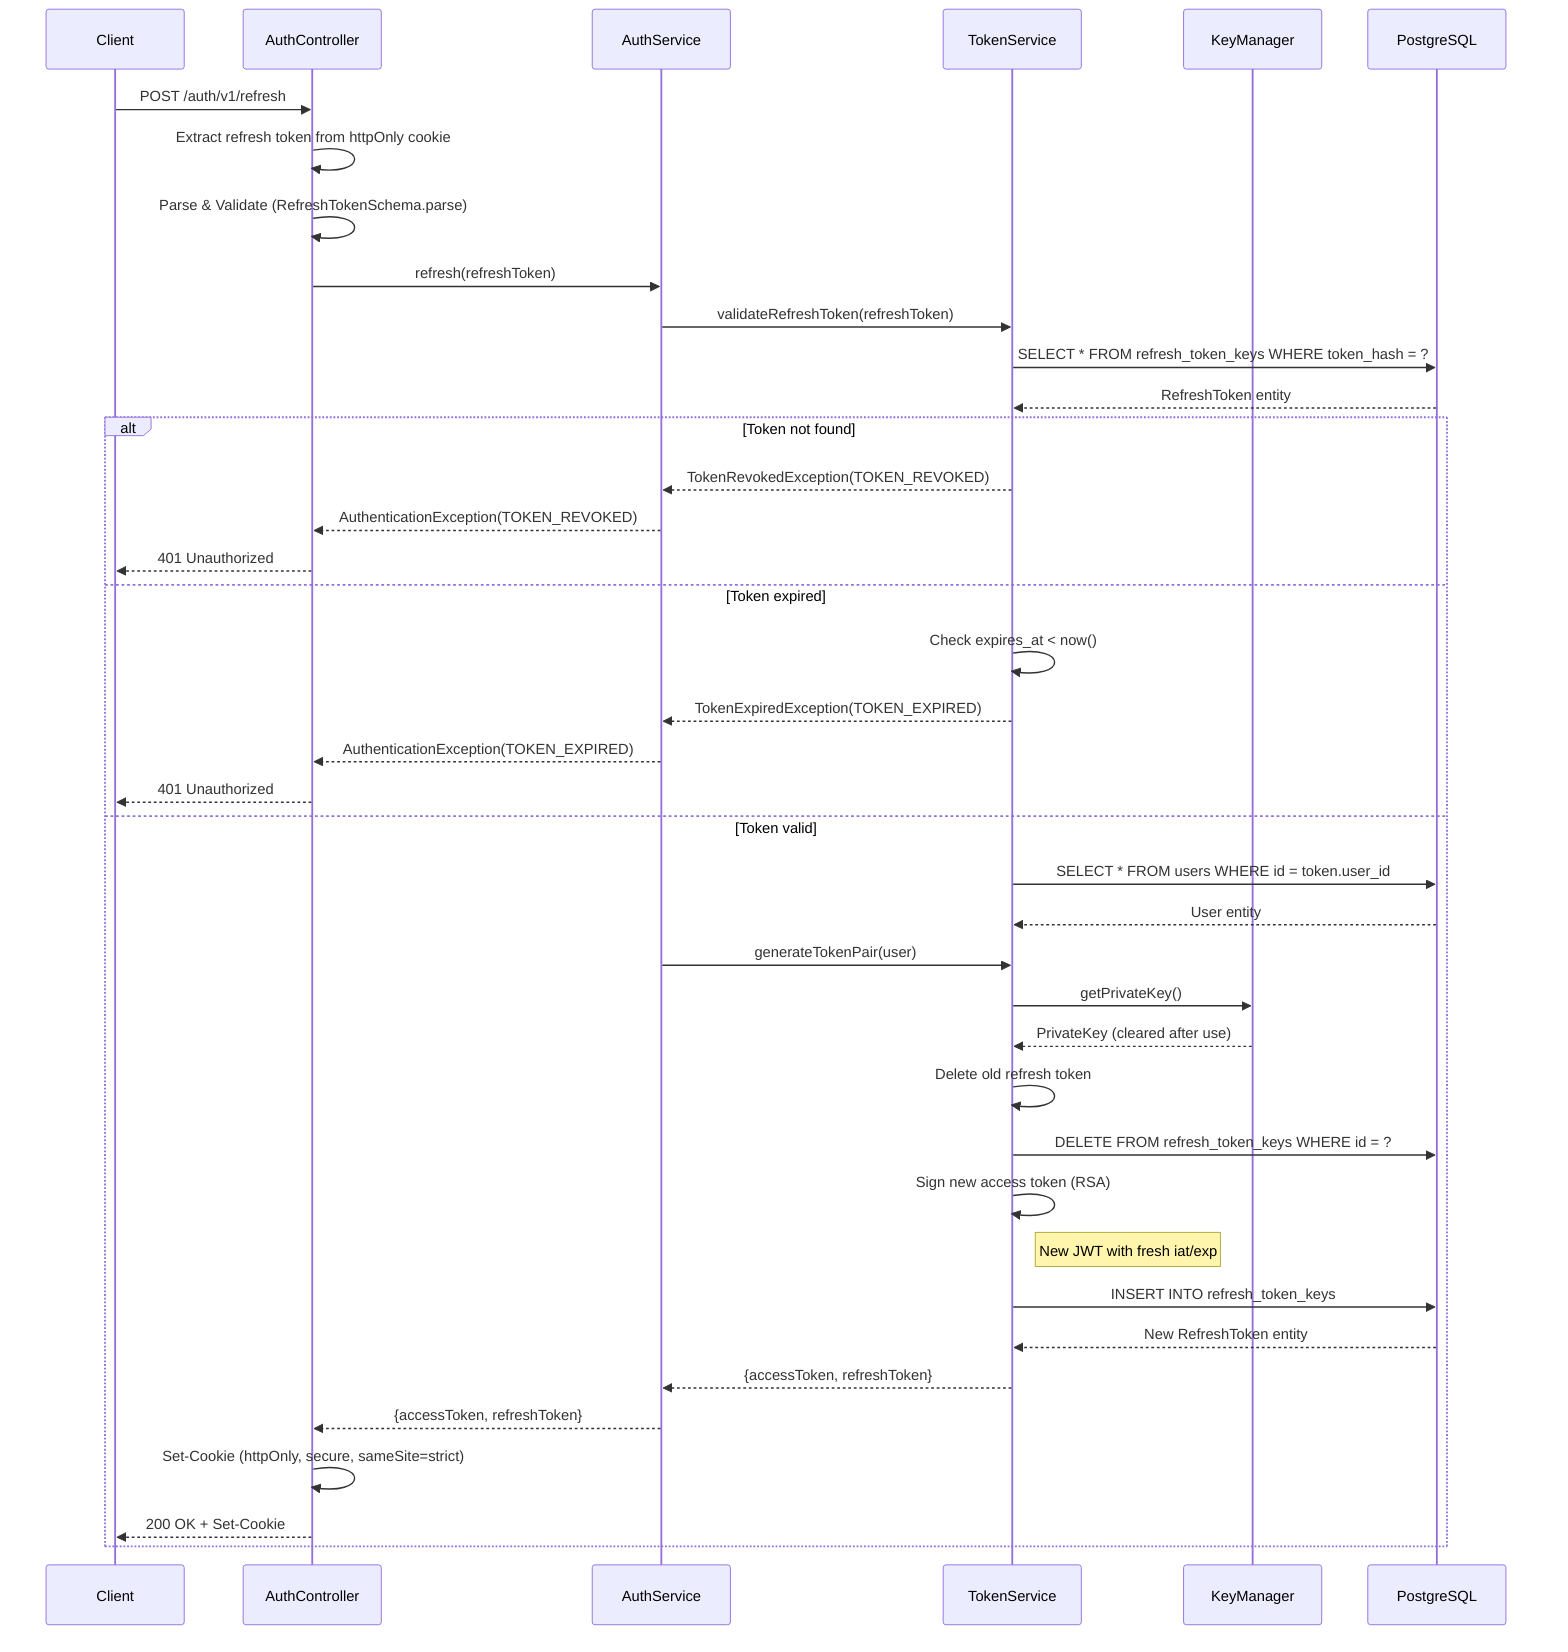
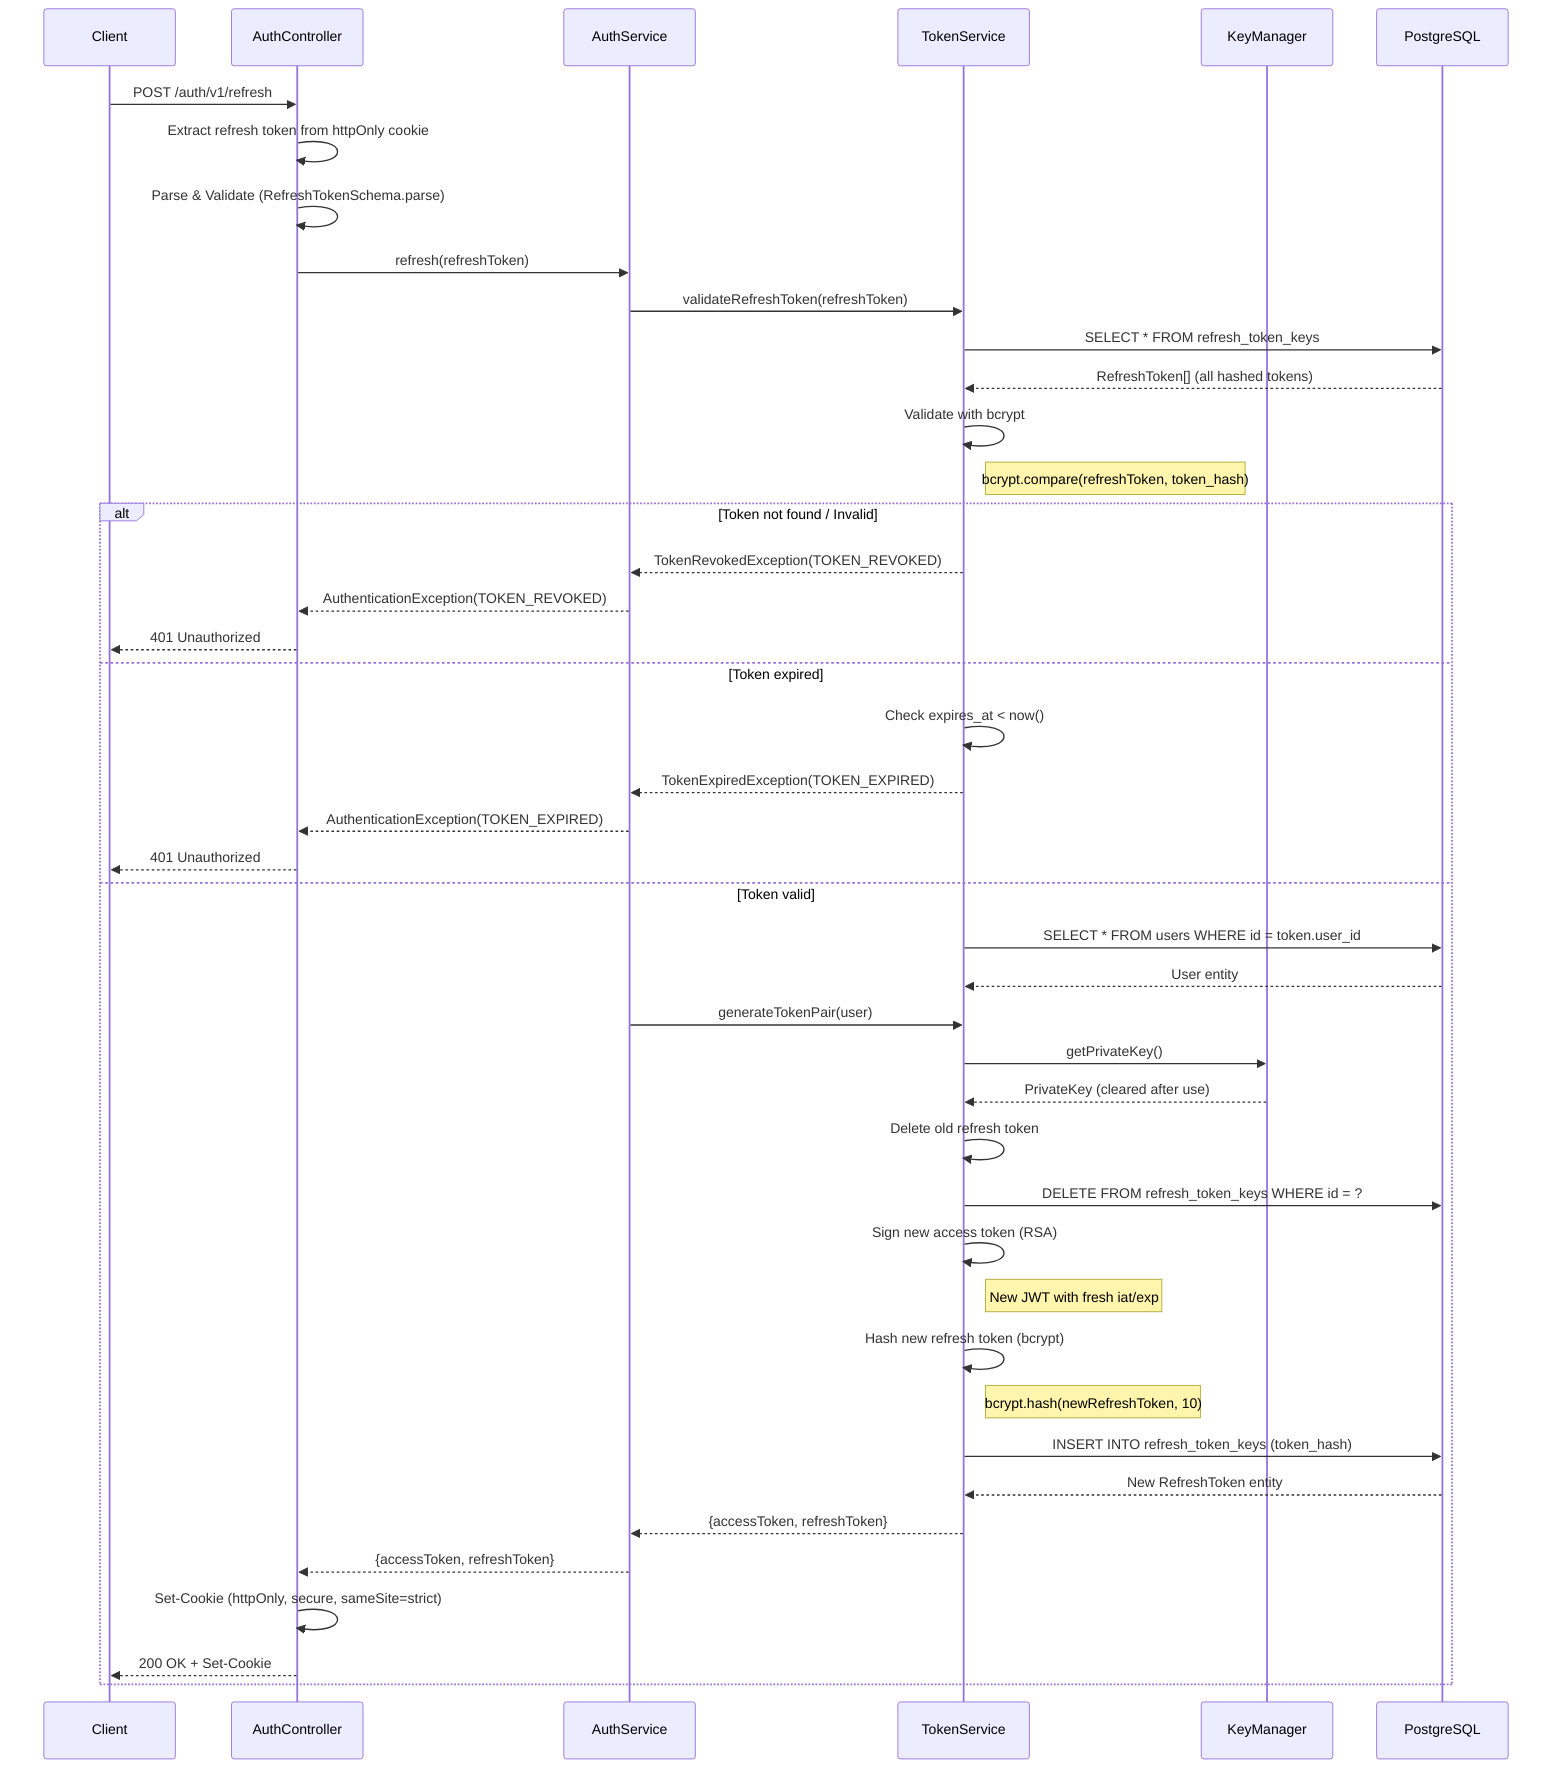
%% Token Refresh Sequence
%% Maps to: FR-3, FR-6, FR-7

sequenceDiagram
    participant Client
    participant AuthController
    participant AuthService
    participant TokenService
    participant KeyManager
    participant PostgreSQL

    Client->>AuthController: POST /auth/v1/refresh
    AuthController->>AuthController: Extract refresh token from httpOnly cookie
    AuthController->>AuthController: Parse & Validate (RefreshTokenSchema.parse)

    AuthController->>AuthService: refresh(refreshToken)

    AuthService->>TokenService: validateRefreshToken(refreshToken)
-     TokenService->>PostgreSQL: SELECT * FROM refresh_token_keys WHERE token_hash = ?
-     PostgreSQL-->>TokenService: RefreshToken entity
+     TokenService->>PostgreSQL: SELECT * FROM refresh_token_keys
+     PostgreSQL-->>TokenService: RefreshToken[] (all hashed tokens)

-     alt Token not found
+     TokenService->>TokenService: Validate with bcrypt
+     Note right of TokenService: bcrypt.compare(refreshToken, token_hash)
+ 
+     alt Token not found / Invalid
        TokenService-->>AuthService: TokenRevokedException(TOKEN_REVOKED)
        AuthService-->>AuthController: AuthenticationException(TOKEN_REVOKED)
        AuthController-->>Client: 401 Unauthorized
    else Token expired
        TokenService->>TokenService: Check expires_at < now()
        TokenService-->>AuthService: TokenExpiredException(TOKEN_EXPIRED)
        AuthService-->>AuthController: AuthenticationException(TOKEN_EXPIRED)
        AuthController-->>Client: 401 Unauthorized
    else Token valid
        TokenService->>PostgreSQL: SELECT * FROM users WHERE id = token.user_id
        PostgreSQL-->>TokenService: User entity

        AuthService->>TokenService: generateTokenPair(user)
        TokenService->>KeyManager: getPrivateKey()
        KeyManager-->>TokenService: PrivateKey (cleared after use)

        TokenService->>TokenService: Delete old refresh token
        TokenService->>PostgreSQL: DELETE FROM refresh_token_keys WHERE id = ?

        TokenService->>TokenService: Sign new access token (RSA)
        Note right of TokenService: New JWT with fresh iat/exp

-         TokenService->>PostgreSQL: INSERT INTO refresh_token_keys
+         TokenService->>TokenService: Hash new refresh token (bcrypt)
+         Note right of TokenService: bcrypt.hash(newRefreshToken, 10)
+ 
+         TokenService->>PostgreSQL: INSERT INTO refresh_token_keys (token_hash)
        PostgreSQL-->>TokenService: New RefreshToken entity

        TokenService-->>AuthService: {accessToken, refreshToken}
        AuthService-->>AuthController: {accessToken, refreshToken}

        AuthController->>AuthController: Set-Cookie (httpOnly, secure, sameSite=strict)
        AuthController-->>Client: 200 OK + Set-Cookie
    end
